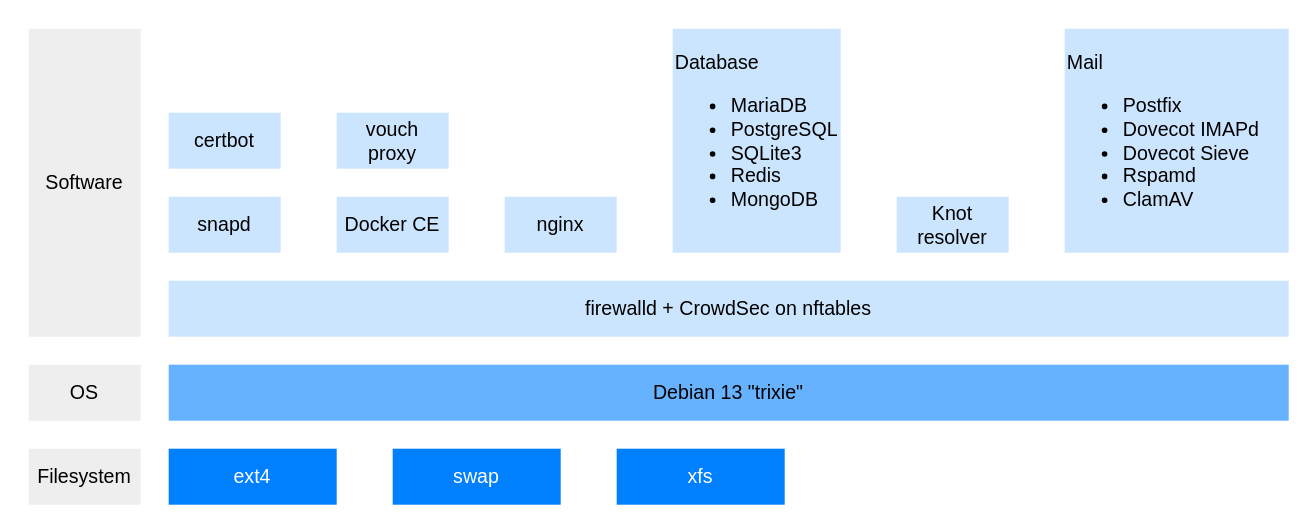
yaws-k/ginnojo-tech-notes keeps this draw.io diagram as assets/images/overview.drawio.svg. Above is the earlier version. Source tidied: cells renumbered, new cells last; positions are measured from the earlier drawing's top-left corner, leaving out a move shared by most shapes.
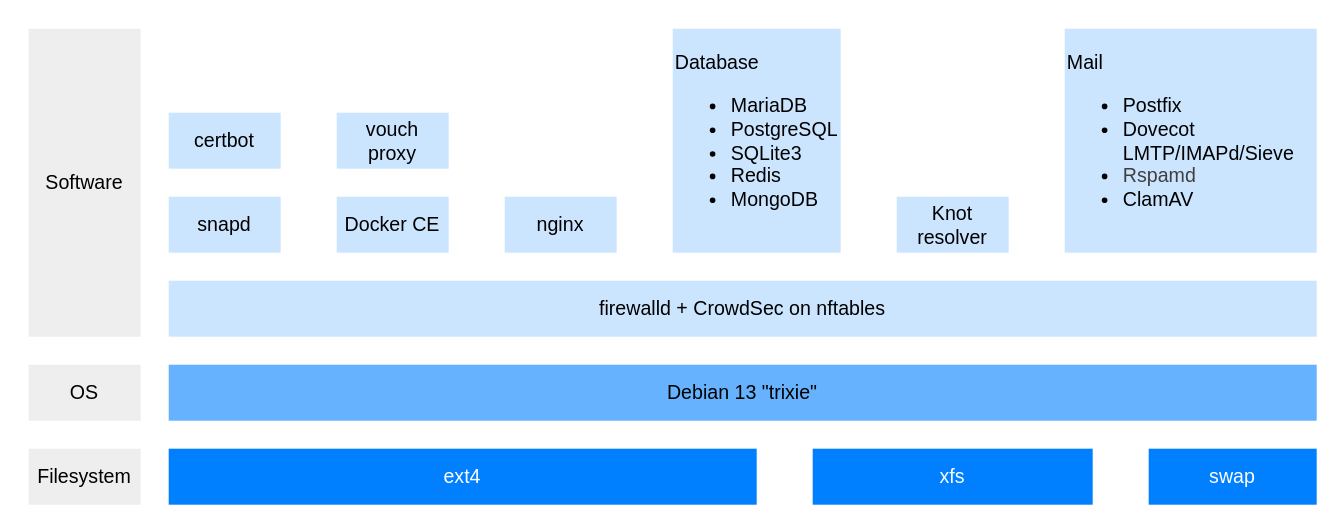
After the commit.

Diff of the diagram source:
```diff
@@ -3,19 +3,19 @@
     <mxCell id="0" />
     <mxCell id="1" parent="0" />
     <mxCell id="2" style="rounded=0;whiteSpace=wrap;html=1;strokeColor=none;" parent="1" vertex="1">
-      <mxGeometry width="940" height="380" as="geometry" />
+      <mxGeometry width="960" height="380" as="geometry" />
     </mxCell>
     <mxCell id="3" value="Filesystem" style="rounded=0;whiteSpace=wrap;html=1;fillColor=#eeeeee;strokeColor=none;fontSize=14;align=center;" parent="1" vertex="1">
       <mxGeometry x="20" y="320" width="80" height="40" as="geometry" />
     </mxCell>
     <mxCell id="4" value="swap" style="rounded=0;whiteSpace=wrap;html=1;fillColor=#007FFF;strokeColor=none;fontSize=14;fontColor=#FFFFFF;" parent="1" vertex="1">
-      <mxGeometry x="280" y="320" width="120" height="40" as="geometry" />
+      <mxGeometry x="820" y="320" width="120" height="40" as="geometry" />
     </mxCell>
     <mxCell id="5" value="xfs" style="rounded=0;whiteSpace=wrap;html=1;fillColor=#007FFF;strokeColor=none;fontSize=14;fontColor=#FFFFFF;" parent="1" vertex="1">
-      <mxGeometry x="440" y="320" width="120" height="40" as="geometry" />
+      <mxGeometry x="580" y="320" width="200" height="40" as="geometry" />
     </mxCell>
     <mxCell id="6" value="Debian 13 &quot;trixie&quot;" style="rounded=0;whiteSpace=wrap;html=1;fillColor=#66B2FF;strokeColor=none;fontSize=14;fontColor=#000000;" parent="1" vertex="1">
-      <mxGeometry x="120" y="260" width="800" height="40" as="geometry" />
+      <mxGeometry x="120" y="260" width="820" height="40" as="geometry" />
     </mxCell>
     <mxCell id="7" value="snapd" style="rounded=0;whiteSpace=wrap;html=1;fillColor=#CCE5FF;strokeColor=none;fontSize=14;" parent="1" vertex="1">
       <mxGeometry x="120" y="140" width="80" height="40" as="geometry" />
@@ -38,14 +38,14 @@
     <mxCell id="13" value="Database&lt;div&gt;&lt;ul&gt;&lt;li&gt;MariaDB&lt;/li&gt;&lt;li&gt;PostgreSQL&lt;/li&gt;&lt;li&gt;SQLite3&lt;/li&gt;&lt;li&gt;Redis&lt;/li&gt;&lt;li&gt;MongoDB&lt;/li&gt;&lt;/ul&gt;&lt;/div&gt;" style="rounded=0;whiteSpace=wrap;html=1;fillColor=#CCE5FF;strokeColor=none;align=left;fontSize=14;" parent="1" vertex="1">
       <mxGeometry x="480" y="20" width="120" height="160" as="geometry" />
     </mxCell>
-    <mxCell id="14" value="Mail&lt;div&gt;&lt;ul&gt;&lt;li&gt;Postfix&lt;/li&gt;&lt;li&gt;Dovecot IMAPd&lt;/li&gt;&lt;li&gt;Dovecot Sieve&lt;/li&gt;&lt;li&gt;Rspamd&lt;/li&gt;&lt;li&gt;ClamAV&lt;/li&gt;&lt;/ul&gt;&lt;/div&gt;" style="rounded=0;whiteSpace=wrap;html=1;fillColor=#CCE5FF;strokeColor=none;align=left;fontSize=14;" parent="1" vertex="1">
-      <mxGeometry x="760" y="20" width="160" height="160" as="geometry" />
+    <mxCell id="14" value="Mail&lt;div&gt;&lt;ul&gt;&lt;li&gt;Postfix&lt;/li&gt;&lt;li&gt;Dovecot&lt;br&gt;LMTP/IMAPd/Sieve&lt;/li&gt;&lt;li&gt;&lt;span style=&quot;color: rgb(63, 63, 63); background-color: transparent;&quot;&gt;Rspamd&lt;/span&gt;&lt;/li&gt;&lt;li&gt;ClamAV&lt;/li&gt;&lt;/ul&gt;&lt;/div&gt;" style="rounded=0;whiteSpace=wrap;html=1;fillColor=#CCE5FF;strokeColor=none;align=left;fontSize=14;" parent="1" vertex="1">
+      <mxGeometry x="760" y="20" width="180" height="160" as="geometry" />
     </mxCell>
     <mxCell id="15" value="firewalld + CrowdSec on nftables" style="rounded=0;whiteSpace=wrap;html=1;fillColor=#CCE5FF;strokeColor=none;fontSize=14;" parent="1" vertex="1">
-      <mxGeometry x="120" y="200" width="800" height="40" as="geometry" />
+      <mxGeometry x="120" y="200" width="820" height="40" as="geometry" />
     </mxCell>
     <mxCell id="16" value="ext4" style="rounded=0;whiteSpace=wrap;html=1;fillColor=#007FFF;strokeColor=none;fontSize=14;fontColor=#FFFFFF;" parent="1" vertex="1">
-      <mxGeometry x="120" y="320" width="120" height="40" as="geometry" />
+      <mxGeometry x="120" y="320" width="420" height="40" as="geometry" />
     </mxCell>
     <mxCell id="17" value="OS" style="rounded=0;whiteSpace=wrap;html=1;fillColor=#eeeeee;strokeColor=none;fontSize=14;align=center;" parent="1" vertex="1">
       <mxGeometry x="20" y="260" width="80" height="40" as="geometry" />
```
